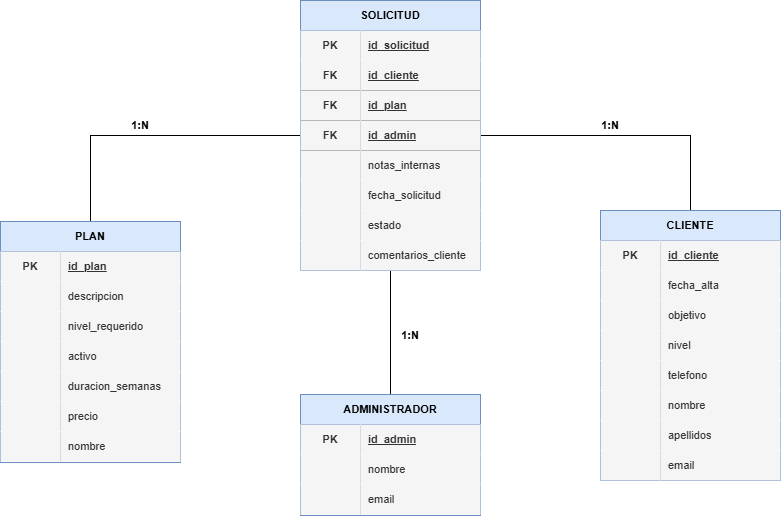
Before: diagrams/modelo_relacional.png, a diagram exported from draw.io (Jbergo/nextrep-training). Source tidied: cells renumbered, new cells last; positions are measured from the earlier drawing's top-left corner, leaving out a move shared by most shapes.
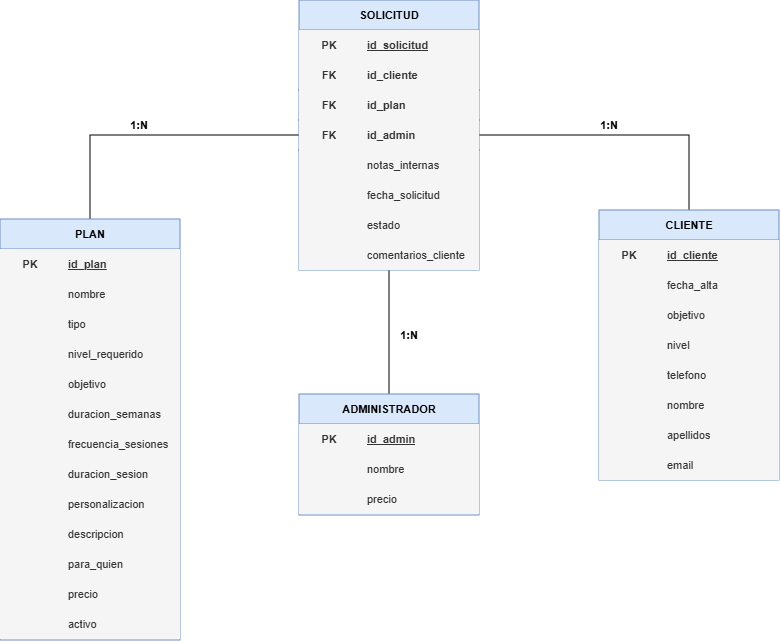
Above is the later version.

Commit message:
docs: modifica entidad Plan

Change to the diagram source:
```diff
@@ -31,3 +31,3 @@
     </mxCell>
-    <mxCell id="11" value="id_cliente" style="shape=partialRectangle;fillColor=#f5f5f5;top=0;left=0;bottom=0;right=0;align=left;spacingLeft=6;fontStyle=5;overflow=hidden;html=1;whiteSpace=wrap;fontFamily=Helvetica;fontSize=11;fontColor=#333333;labelBackgroundColor=none;strokeColor=#666666;labelBorderColor=none;" parent="9" vertex="1">
+    <mxCell id="11" value="id_cliente" style="shape=partialRectangle;fillColor=#f5f5f5;top=0;left=0;bottom=0;right=0;align=left;spacingLeft=6;fontStyle=1;overflow=hidden;html=1;whiteSpace=wrap;fontFamily=Helvetica;fontSize=11;fontColor=#333333;labelBackgroundColor=none;strokeColor=#666666;labelBorderColor=none;" parent="9" vertex="1">
       <mxGeometry x="60" width="120" height="30" as="geometry" />
@@ -40,3 +40,3 @@
     </mxCell>
-    <mxCell id="14" value="id_plan" style="shape=partialRectangle;fillColor=#f5f5f5;top=0;left=0;bottom=0;right=0;align=left;spacingLeft=6;fontStyle=5;overflow=hidden;html=1;whiteSpace=wrap;fontFamily=Helvetica;fontSize=11;fontColor=#333333;labelBackgroundColor=none;strokeColor=#666666;labelBorderColor=none;" parent="12" vertex="1">
+    <mxCell id="14" value="id_plan" style="shape=partialRectangle;fillColor=#f5f5f5;top=0;left=0;bottom=0;right=0;align=left;spacingLeft=6;fontStyle=1;overflow=hidden;html=1;whiteSpace=wrap;fontFamily=Helvetica;fontSize=11;fontColor=#333333;labelBackgroundColor=none;strokeColor=#666666;labelBorderColor=none;" parent="12" vertex="1">
       <mxGeometry x="60" width="120" height="30" as="geometry" />
@@ -49,3 +49,3 @@
     </mxCell>
-    <mxCell id="17" value="id_admin" style="shape=partialRectangle;fillColor=#f5f5f5;top=0;left=0;bottom=0;right=0;align=left;spacingLeft=6;fontStyle=5;overflow=hidden;html=1;whiteSpace=wrap;fontFamily=Helvetica;fontSize=11;fontColor=#333333;labelBackgroundColor=none;strokeColor=#666666;labelBorderColor=none;" parent="15" vertex="1">
+    <mxCell id="17" value="id_admin" style="shape=partialRectangle;fillColor=#f5f5f5;top=0;left=0;bottom=0;right=0;align=left;spacingLeft=6;fontStyle=1;overflow=hidden;html=1;whiteSpace=wrap;fontFamily=Helvetica;fontSize=11;fontColor=#333333;labelBackgroundColor=none;strokeColor=#666666;labelBorderColor=none;horizontal=1;" parent="15" vertex="1">
       <mxGeometry x="60" width="120" height="30" as="geometry" />
@@ -167,3 +167,3 @@
     <mxCell id="56" value="PLAN" style="shape=table;startSize=30;rowLines=0;fontStyle=1;align=center;html=1;whiteSpace=wrap;fontFamily=Helvetica;fontSize=11;labelBackgroundColor=none;fillColor=#dae8fc;strokeColor=#6c8ebf;" parent="1" vertex="1">
-      <mxGeometry y="221" width="180" height="241" as="geometry" />
+      <mxGeometry x="1" y="219" width="180" height="421" as="geometry" />
     </mxCell>
@@ -178,4 +178,76 @@
     </mxCell>
+    <mxCell id="75" style="shape=tableRow;horizontal=0;startSize=0;swimlaneHead=0;swimlaneBody=0;fillColor=none;top=0;left=0;right=0;bottom=0;html=1;fontFamily=Helvetica;fontSize=11;fontColor=default;labelBackgroundColor=default;" parent="56" vertex="1">
+      <mxGeometry y="60" width="180" height="30" as="geometry" />
+    </mxCell>
+    <mxCell id="76" style="shape=partialRectangle;fillColor=#f5f5f5;top=0;left=0;bottom=0;right=0;overflow=hidden;html=1;whiteSpace=wrap;fontFamily=Helvetica;fontSize=11;fontColor=#333333;labelBackgroundColor=none;strokeColor=#666666;labelBorderColor=none;" parent="75" vertex="1">
+      <mxGeometry width="60" height="30" as="geometry" />
+    </mxCell>
+    <mxCell id="77" value="nombre" style="shape=partialRectangle;fillColor=#f5f5f5;top=0;left=0;bottom=0;right=0;align=left;spacingLeft=6;overflow=hidden;html=1;whiteSpace=wrap;fontFamily=Helvetica;fontSize=11;fontColor=#333333;labelBackgroundColor=none;strokeColor=#666666;labelBorderColor=none;" parent="75" vertex="1">
+      <mxGeometry x="60" width="120" height="30" as="geometry" />
+    </mxCell>
+    <mxCell id="90" style="shape=tableRow;horizontal=0;startSize=0;swimlaneHead=0;swimlaneBody=0;fillColor=none;top=0;left=0;right=0;bottom=0;html=1;fontFamily=Helvetica;fontSize=11;fontColor=default;labelBackgroundColor=default;" parent="56" vertex="1">
+      <mxGeometry y="90" width="180" height="30" as="geometry" />
+    </mxCell>
+    <mxCell id="91" style="shape=partialRectangle;fillColor=#f5f5f5;top=0;left=0;bottom=0;right=0;overflow=hidden;html=1;whiteSpace=wrap;fontFamily=Helvetica;fontSize=11;fontColor=#333333;labelBackgroundColor=none;strokeColor=#666666;labelBorderColor=none;" parent="90" vertex="1">
+      <mxGeometry width="60" height="30" as="geometry" />
+    </mxCell>
+    <mxCell id="92" value="tipo" style="shape=partialRectangle;fillColor=#f5f5f5;top=0;left=0;bottom=0;right=0;align=left;spacingLeft=6;overflow=hidden;html=1;whiteSpace=wrap;fontFamily=Helvetica;fontSize=11;fontColor=#333333;labelBackgroundColor=none;strokeColor=#666666;labelBorderColor=none;" parent="90" vertex="1">
+      <mxGeometry x="60" width="120" height="30" as="geometry" />
+    </mxCell>
+    <mxCell id="63" style="shape=tableRow;horizontal=0;startSize=0;swimlaneHead=0;swimlaneBody=0;fillColor=none;top=0;left=0;right=0;bottom=0;html=1;fontFamily=Helvetica;fontSize=11;fontColor=default;labelBackgroundColor=default;" parent="56" vertex="1">
+      <mxGeometry y="120" width="180" height="30" as="geometry" />
+    </mxCell>
+    <mxCell id="64" style="shape=partialRectangle;fillColor=#f5f5f5;top=0;left=0;bottom=0;right=0;overflow=hidden;html=1;whiteSpace=wrap;fontFamily=Helvetica;fontSize=11;fontColor=#333333;labelBackgroundColor=none;strokeColor=#666666;labelBorderColor=none;" parent="63" vertex="1">
+      <mxGeometry width="60" height="30" as="geometry" />
+    </mxCell>
+    <mxCell id="65" value="nivel_requerido" style="shape=partialRectangle;fillColor=#f5f5f5;top=0;left=0;bottom=0;right=0;align=left;spacingLeft=6;overflow=hidden;html=1;whiteSpace=wrap;fontFamily=Helvetica;fontSize=11;fontColor=#333333;labelBackgroundColor=none;strokeColor=#666666;labelBorderColor=none;" parent="63" vertex="1">
+      <mxGeometry x="60" width="120" height="30" as="geometry" />
+    </mxCell>
+    <mxCell id="93" style="shape=tableRow;horizontal=0;startSize=0;swimlaneHead=0;swimlaneBody=0;fillColor=none;top=0;left=0;right=0;bottom=0;html=1;fontFamily=Helvetica;fontSize=11;fontColor=default;labelBackgroundColor=default;" parent="56" vertex="1">
+      <mxGeometry y="150" width="180" height="30" as="geometry" />
+    </mxCell>
+    <mxCell id="94" style="shape=partialRectangle;fillColor=#f5f5f5;top=0;left=0;bottom=0;right=0;overflow=hidden;html=1;whiteSpace=wrap;fontFamily=Helvetica;fontSize=11;fontColor=#333333;labelBackgroundColor=none;strokeColor=#666666;labelBorderColor=none;" parent="93" vertex="1">
+      <mxGeometry width="60" height="30" as="geometry" />
+    </mxCell>
+    <mxCell id="95" value="objetivo" style="shape=partialRectangle;fillColor=#f5f5f5;top=0;left=0;bottom=0;right=0;align=left;spacingLeft=6;overflow=hidden;html=1;whiteSpace=wrap;fontFamily=Helvetica;fontSize=11;fontColor=#333333;labelBackgroundColor=none;strokeColor=#666666;labelBorderColor=none;" parent="93" vertex="1">
+      <mxGeometry x="60" width="120" height="30" as="geometry" />
+    </mxCell>
+    <mxCell id="69" style="shape=tableRow;horizontal=0;startSize=0;swimlaneHead=0;swimlaneBody=0;fillColor=none;top=0;left=0;right=0;bottom=0;html=1;fontFamily=Helvetica;fontSize=11;fontColor=default;labelBackgroundColor=default;" parent="56" vertex="1">
+      <mxGeometry y="180" width="180" height="30" as="geometry" />
+    </mxCell>
+    <mxCell id="70" style="shape=partialRectangle;fillColor=#f5f5f5;top=0;left=0;bottom=0;right=0;overflow=hidden;html=1;whiteSpace=wrap;fontFamily=Helvetica;fontSize=11;fontColor=#333333;labelBackgroundColor=none;strokeColor=#666666;labelBorderColor=none;" parent="69" vertex="1">
+      <mxGeometry width="60" height="30" as="geometry" />
+    </mxCell>
+    <mxCell id="71" value="duracion_semanas" style="shape=partialRectangle;fillColor=#f5f5f5;top=0;left=0;bottom=0;right=0;align=left;spacingLeft=6;overflow=hidden;html=1;whiteSpace=wrap;fontFamily=Helvetica;fontSize=11;fontColor=#333333;labelBackgroundColor=none;strokeColor=#666666;labelBorderColor=none;" parent="69" vertex="1">
+      <mxGeometry x="60" width="120" height="30" as="geometry" />
+    </mxCell>
+    <mxCell id="96" style="shape=tableRow;horizontal=0;startSize=0;swimlaneHead=0;swimlaneBody=0;fillColor=none;top=0;left=0;right=0;bottom=0;html=1;fontFamily=Helvetica;fontSize=11;fontColor=default;labelBackgroundColor=default;" parent="56" vertex="1">
+      <mxGeometry y="210" width="180" height="30" as="geometry" />
+    </mxCell>
+    <mxCell id="97" style="shape=partialRectangle;fillColor=#f5f5f5;top=0;left=0;bottom=0;right=0;overflow=hidden;html=1;whiteSpace=wrap;fontFamily=Helvetica;fontSize=11;fontColor=#333333;labelBackgroundColor=none;strokeColor=#666666;labelBorderColor=none;" parent="96" vertex="1">
+      <mxGeometry width="60" height="30" as="geometry" />
+    </mxCell>
+    <mxCell id="98" value="frecuencia_sesiones" style="shape=partialRectangle;fillColor=#f5f5f5;top=0;left=0;bottom=0;right=0;align=left;spacingLeft=6;overflow=hidden;html=1;whiteSpace=wrap;fontFamily=Helvetica;fontSize=11;fontColor=#333333;labelBackgroundColor=none;strokeColor=#666666;labelBorderColor=none;" parent="96" vertex="1">
+      <mxGeometry x="60" width="120" height="30" as="geometry" />
+    </mxCell>
+    <mxCell id="99" style="shape=tableRow;horizontal=0;startSize=0;swimlaneHead=0;swimlaneBody=0;fillColor=none;top=0;left=0;right=0;bottom=0;html=1;fontFamily=Helvetica;fontSize=11;fontColor=default;labelBackgroundColor=default;" parent="56" vertex="1">
+      <mxGeometry y="240" width="180" height="30" as="geometry" />
+    </mxCell>
+    <mxCell id="100" style="shape=partialRectangle;fillColor=#f5f5f5;top=0;left=0;bottom=0;right=0;overflow=hidden;html=1;whiteSpace=wrap;fontFamily=Helvetica;fontSize=11;fontColor=#333333;labelBackgroundColor=none;strokeColor=#666666;labelBorderColor=none;" parent="99" vertex="1">
+      <mxGeometry width="60" height="30" as="geometry" />
+    </mxCell>
+    <mxCell id="101" value="duracion_sesion" style="shape=partialRectangle;fillColor=#f5f5f5;top=0;left=0;bottom=0;right=0;align=left;spacingLeft=6;overflow=hidden;html=1;whiteSpace=wrap;fontFamily=Helvetica;fontSize=11;fontColor=#333333;labelBackgroundColor=none;strokeColor=#666666;labelBorderColor=none;" parent="99" vertex="1">
+      <mxGeometry x="60" width="120" height="30" as="geometry" />
+    </mxCell>
+    <mxCell id="102" style="shape=tableRow;horizontal=0;startSize=0;swimlaneHead=0;swimlaneBody=0;fillColor=none;top=0;left=0;right=0;bottom=0;html=1;fontFamily=Helvetica;fontSize=11;fontColor=default;labelBackgroundColor=default;" parent="56" vertex="1">
+      <mxGeometry y="270" width="180" height="30" as="geometry" />
+    </mxCell>
+    <mxCell id="103" style="shape=partialRectangle;fillColor=#f5f5f5;top=0;left=0;bottom=0;right=0;overflow=hidden;html=1;whiteSpace=wrap;fontFamily=Helvetica;fontSize=11;fontColor=#333333;labelBackgroundColor=none;strokeColor=#666666;labelBorderColor=none;" parent="102" vertex="1">
+      <mxGeometry width="60" height="30" as="geometry" />
+    </mxCell>
+    <mxCell id="104" value="personalizacion" style="shape=partialRectangle;fillColor=#f5f5f5;top=0;left=0;bottom=0;right=0;align=left;spacingLeft=6;overflow=hidden;html=1;whiteSpace=wrap;fontFamily=Helvetica;fontSize=11;fontColor=#333333;labelBackgroundColor=none;strokeColor=#666666;labelBorderColor=none;" parent="102" vertex="1">
+      <mxGeometry x="60" width="120" height="30" as="geometry" />
+    </mxCell>
     <mxCell id="60" style="shape=tableRow;horizontal=0;startSize=0;swimlaneHead=0;swimlaneBody=0;fillColor=none;top=0;left=0;right=0;bottom=0;html=1;fontFamily=Helvetica;fontSize=11;fontColor=default;labelBackgroundColor=default;" parent="56" vertex="1">
-      <mxGeometry y="60" width="180" height="30" as="geometry" />
+      <mxGeometry y="300" width="180" height="30" as="geometry" />
     </mxCell>
@@ -187,13 +259,22 @@
     </mxCell>
-    <mxCell id="63" style="shape=tableRow;horizontal=0;startSize=0;swimlaneHead=0;swimlaneBody=0;fillColor=none;top=0;left=0;right=0;bottom=0;html=1;fontFamily=Helvetica;fontSize=11;fontColor=default;labelBackgroundColor=default;" parent="56" vertex="1">
-      <mxGeometry y="90" width="180" height="30" as="geometry" />
-    </mxCell>
-    <mxCell id="64" style="shape=partialRectangle;fillColor=#f5f5f5;top=0;left=0;bottom=0;right=0;overflow=hidden;html=1;whiteSpace=wrap;fontFamily=Helvetica;fontSize=11;fontColor=#333333;labelBackgroundColor=none;strokeColor=#666666;labelBorderColor=none;" parent="63" vertex="1">
-      <mxGeometry width="60" height="30" as="geometry" />
-    </mxCell>
-    <mxCell id="65" value="nivel_requerido" style="shape=partialRectangle;fillColor=#f5f5f5;top=0;left=0;bottom=0;right=0;align=left;spacingLeft=6;overflow=hidden;html=1;whiteSpace=wrap;fontFamily=Helvetica;fontSize=11;fontColor=#333333;labelBackgroundColor=none;strokeColor=#666666;labelBorderColor=none;" parent="63" vertex="1">
-      <mxGeometry x="60" width="120" height="30" as="geometry" />
-    </mxCell>
+    <mxCell id="105" style="shape=tableRow;horizontal=0;startSize=0;swimlaneHead=0;swimlaneBody=0;fillColor=none;top=0;left=0;right=0;bottom=0;html=1;fontFamily=Helvetica;fontSize=11;fontColor=default;labelBackgroundColor=default;" parent="56" vertex="1">
+      <mxGeometry y="330" width="180" height="30" as="geometry" />
+    </mxCell>
+    <mxCell id="106" style="shape=partialRectangle;fillColor=#f5f5f5;top=0;left=0;bottom=0;right=0;overflow=hidden;html=1;whiteSpace=wrap;fontFamily=Helvetica;fontSize=11;fontColor=#333333;labelBackgroundColor=none;strokeColor=#666666;labelBorderColor=none;" parent="105" vertex="1">
+      <mxGeometry width="60" height="30" as="geometry" />
+    </mxCell>
+    <mxCell id="107" value="para_quien" style="shape=partialRectangle;fillColor=#f5f5f5;top=0;left=0;bottom=0;right=0;align=left;spacingLeft=6;overflow=hidden;html=1;whiteSpace=wrap;fontFamily=Helvetica;fontSize=11;fontColor=#333333;labelBackgroundColor=none;strokeColor=#666666;labelBorderColor=none;" parent="105" vertex="1">
+      <mxGeometry x="60" width="120" height="30" as="geometry" />
+    </mxCell>
+    <mxCell id="72" style="shape=tableRow;horizontal=0;startSize=0;swimlaneHead=0;swimlaneBody=0;fillColor=none;top=0;left=0;right=0;bottom=0;html=1;fontFamily=Helvetica;fontSize=11;fontColor=default;labelBackgroundColor=default;" parent="56" vertex="1">
+      <mxGeometry y="360" width="180" height="30" as="geometry" />
+    </mxCell>
+    <mxCell id="73" style="shape=partialRectangle;fillColor=#f5f5f5;top=0;left=0;bottom=0;right=0;overflow=hidden;html=1;whiteSpace=wrap;fontFamily=Helvetica;fontSize=11;fontColor=#333333;labelBackgroundColor=none;strokeColor=#666666;labelBorderColor=none;" parent="72" vertex="1">
+      <mxGeometry width="60" height="30" as="geometry" />
+    </mxCell>
+    <mxCell id="74" value="precio" style="shape=partialRectangle;fillColor=#f5f5f5;top=0;left=0;bottom=0;right=0;align=left;spacingLeft=6;overflow=hidden;html=1;whiteSpace=wrap;fontFamily=Helvetica;fontSize=11;fontColor=#333333;labelBackgroundColor=none;strokeColor=#666666;labelBorderColor=none;" parent="72" vertex="1">
+      <mxGeometry x="60" width="120" height="30" as="geometry" />
+    </mxCell>
     <mxCell id="66" style="shape=tableRow;horizontal=0;startSize=0;swimlaneHead=0;swimlaneBody=0;fillColor=none;top=0;left=0;right=0;bottom=0;html=1;fontFamily=Helvetica;fontSize=11;fontColor=default;labelBackgroundColor=default;" parent="56" vertex="1">
-      <mxGeometry y="120" width="180" height="30" as="geometry" />
+      <mxGeometry y="390" width="180" height="30" as="geometry" />
     </mxCell>
@@ -205,29 +286,2 @@
     </mxCell>
-    <mxCell id="69" style="shape=tableRow;horizontal=0;startSize=0;swimlaneHead=0;swimlaneBody=0;fillColor=none;top=0;left=0;right=0;bottom=0;html=1;fontFamily=Helvetica;fontSize=11;fontColor=default;labelBackgroundColor=default;" parent="56" vertex="1">
-      <mxGeometry y="150" width="180" height="30" as="geometry" />
-    </mxCell>
-    <mxCell id="70" style="shape=partialRectangle;fillColor=#f5f5f5;top=0;left=0;bottom=0;right=0;overflow=hidden;html=1;whiteSpace=wrap;fontFamily=Helvetica;fontSize=11;fontColor=#333333;labelBackgroundColor=none;strokeColor=#666666;labelBorderColor=none;" parent="69" vertex="1">
-      <mxGeometry width="60" height="30" as="geometry" />
-    </mxCell>
-    <mxCell id="71" value="duracion_semanas" style="shape=partialRectangle;fillColor=#f5f5f5;top=0;left=0;bottom=0;right=0;align=left;spacingLeft=6;overflow=hidden;html=1;whiteSpace=wrap;fontFamily=Helvetica;fontSize=11;fontColor=#333333;labelBackgroundColor=none;strokeColor=#666666;labelBorderColor=none;" parent="69" vertex="1">
-      <mxGeometry x="60" width="120" height="30" as="geometry" />
-    </mxCell>
-    <mxCell id="72" style="shape=tableRow;horizontal=0;startSize=0;swimlaneHead=0;swimlaneBody=0;fillColor=none;top=0;left=0;right=0;bottom=0;html=1;fontFamily=Helvetica;fontSize=11;fontColor=default;labelBackgroundColor=default;" parent="56" vertex="1">
-      <mxGeometry y="180" width="180" height="30" as="geometry" />
-    </mxCell>
-    <mxCell id="73" style="shape=partialRectangle;fillColor=#f5f5f5;top=0;left=0;bottom=0;right=0;overflow=hidden;html=1;whiteSpace=wrap;fontFamily=Helvetica;fontSize=11;fontColor=#333333;labelBackgroundColor=none;strokeColor=#666666;labelBorderColor=none;" parent="72" vertex="1">
-      <mxGeometry width="60" height="30" as="geometry" />
-    </mxCell>
-    <mxCell id="74" value="precio" style="shape=partialRectangle;fillColor=#f5f5f5;top=0;left=0;bottom=0;right=0;align=left;spacingLeft=6;overflow=hidden;html=1;whiteSpace=wrap;fontFamily=Helvetica;fontSize=11;fontColor=#333333;labelBackgroundColor=none;strokeColor=#666666;labelBorderColor=none;" parent="72" vertex="1">
-      <mxGeometry x="60" width="120" height="30" as="geometry" />
-    </mxCell>
-    <mxCell id="75" style="shape=tableRow;horizontal=0;startSize=0;swimlaneHead=0;swimlaneBody=0;fillColor=none;top=0;left=0;right=0;bottom=0;html=1;fontFamily=Helvetica;fontSize=11;fontColor=default;labelBackgroundColor=default;" parent="56" vertex="1">
-      <mxGeometry y="210" width="180" height="30" as="geometry" />
-    </mxCell>
-    <mxCell id="76" style="shape=partialRectangle;fillColor=#f5f5f5;top=0;left=0;bottom=0;right=0;overflow=hidden;html=1;whiteSpace=wrap;fontFamily=Helvetica;fontSize=11;fontColor=#333333;labelBackgroundColor=none;strokeColor=#666666;labelBorderColor=none;" parent="75" vertex="1">
-      <mxGeometry width="60" height="30" as="geometry" />
-    </mxCell>
-    <mxCell id="77" value="nombre" style="shape=partialRectangle;fillColor=#f5f5f5;top=0;left=0;bottom=0;right=0;align=left;spacingLeft=6;overflow=hidden;html=1;whiteSpace=wrap;fontFamily=Helvetica;fontSize=11;fontColor=#333333;labelBackgroundColor=none;strokeColor=#666666;labelBorderColor=none;" parent="75" vertex="1">
-      <mxGeometry x="60" width="120" height="30" as="geometry" />
-    </mxCell>
     <mxCell id="78" value="&lt;b&gt;1:N&lt;/b&gt;" style="text;html=1;whiteSpace=wrap;strokeColor=none;fillColor=none;align=center;verticalAlign=middle;rounded=0;fontFamily=Helvetica;fontSize=11;fontColor=default;labelBackgroundColor=default;" parent="1" vertex="1">
@@ -262,3 +316,3 @@
     </mxCell>
-    <mxCell id="88" value="email" style="shape=partialRectangle;fillColor=#f5f5f5;top=0;left=0;bottom=0;right=0;align=left;spacingLeft=6;overflow=hidden;html=1;whiteSpace=wrap;fontFamily=Helvetica;fontSize=11;fontColor=#333333;labelBackgroundColor=none;strokeColor=#666666;labelBorderColor=none;" parent="86" vertex="1">
+    <mxCell id="88" value="precio" style="shape=partialRectangle;fillColor=#f5f5f5;top=0;left=0;bottom=0;right=0;align=left;spacingLeft=6;overflow=hidden;html=1;whiteSpace=wrap;fontFamily=Helvetica;fontSize=11;fontColor=#333333;labelBackgroundColor=none;strokeColor=#666666;labelBorderColor=none;" parent="86" vertex="1">
       <mxGeometry x="60" width="120" height="30" as="geometry" />
```
